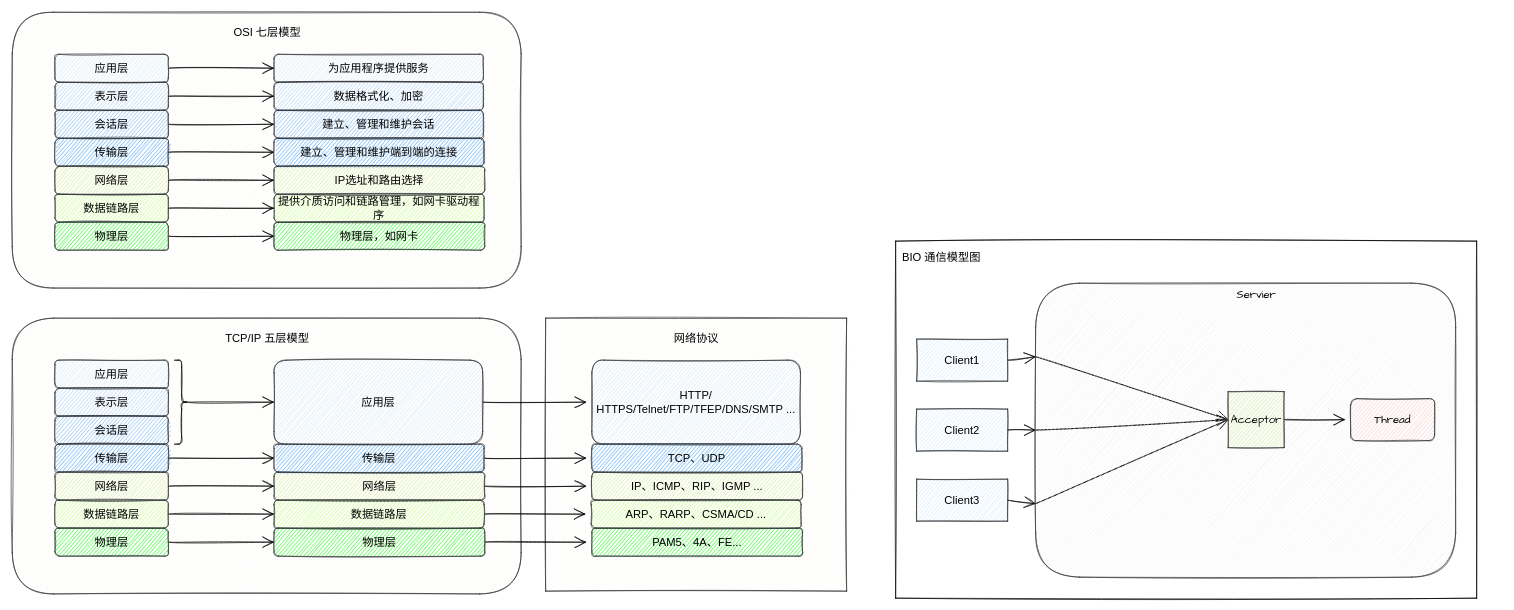
Earlier version of the draw.io diagram learn/TCP/IP 网络通信.drawio (Leo-Lee-j/sketch). Source tidied: cells renumbered, new cells numbered last; positions are measured from the earlier drawing's top-left corner, leaving out a move shared by most shapes. Both pictures are drawn from the tidied source at 70%, with x=0, y=0 at pixel (12, 12).
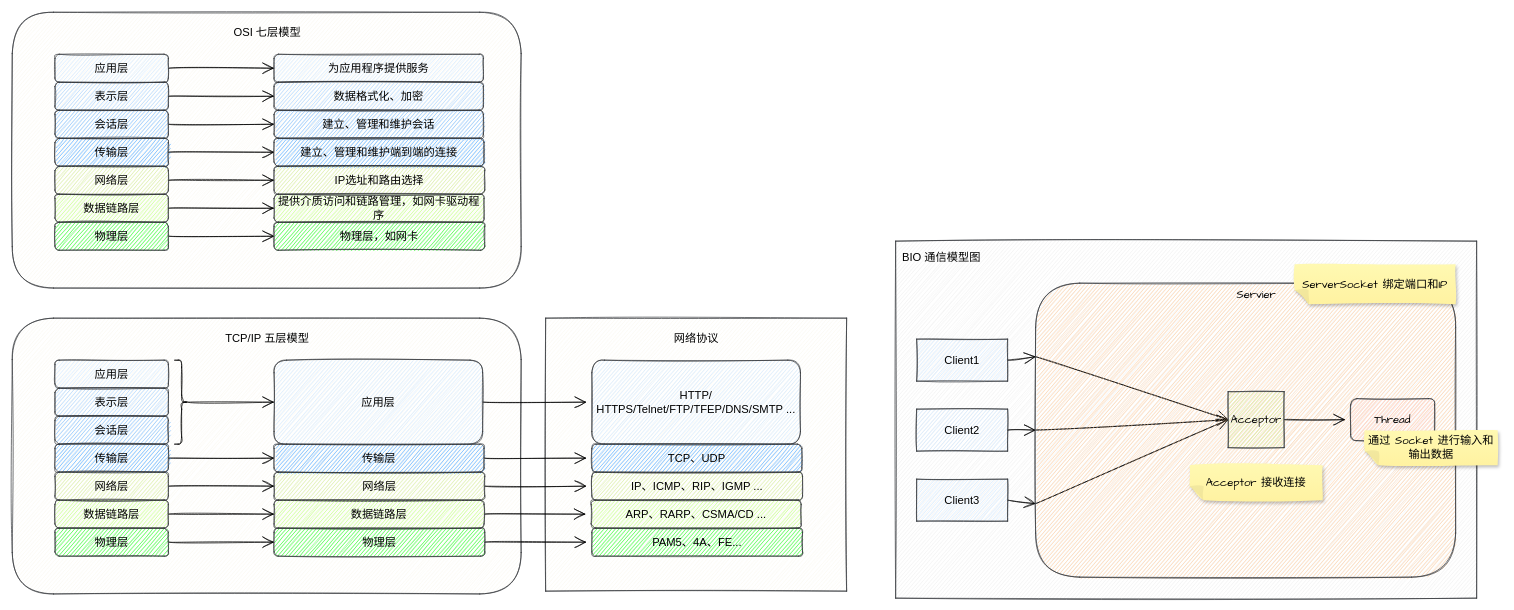
Above is the later version.

Commit message (it also covers changes not shown here):
更新IP 网络通信.drawio

Diff of the diagram source:
```diff
@@
+    <mxCell id="57" style="rounded=0;whiteSpace=wrap;html=1;fontSize=16;sketch=1;fillColor=#eeeeee;strokeColor=#36393d;" parent="1" vertex="1">
+      <mxGeometry x="1262" y="327" width="830" height="510" as="geometry" />
+    </mxCell>
@@
-    <mxCell id="57" style="rounded=0;whiteSpace=wrap;html=1;fontSize=16;sketch=1;" parent="1" vertex="1">
-      <mxGeometry x="1262" y="327" width="830" height="510" as="geometry" />
-    </mxCell>
@@
-    <mxCell id="68" style="rounded=1;whiteSpace=wrap;html=1;sketch=1;hachureGap=4;fontFamily=Architects Daughter;fontSize=16;fillColor=#eeeeee;strokeColor=#36393d;" parent="1" vertex="1">
+    <mxCell id="68" style="rounded=1;whiteSpace=wrap;html=1;sketch=1;hachureGap=4;fontFamily=Architects Daughter;fontSize=16;fillColor=#ffcc99;strokeColor=#36393d;" parent="1" vertex="1">
       <mxGeometry x="1462" y="387" width="600" height="420" as="geometry" />
     </mxCell>
@@
+    <mxCell id="73" value="ServerSocket 绑定端口和IP" style="shape=note;whiteSpace=wrap;html=1;backgroundOutline=1;fontColor=#000000;darkOpacity=0.05;fillColor=#FFF9B2;strokeColor=none;fillStyle=solid;direction=west;gradientDirection=north;gradientColor=#FFF2A1;shadow=1;size=20;sketch=1;hachureGap=4;fontFamily=Architects Daughter;fontSize=16;" parent="1" vertex="1">
+      <mxGeometry x="1832" y="360" width="230" height="57" as="geometry" />
+    </mxCell>
+    <mxCell id="74" value="Acceptor 接收连接" style="shape=note;whiteSpace=wrap;html=1;backgroundOutline=1;fontColor=#000000;darkOpacity=0.05;fillColor=#FFF9B2;strokeColor=none;fillStyle=solid;direction=west;gradientDirection=north;gradientColor=#FFF2A1;shadow=1;size=20;sketch=1;hachureGap=4;fontFamily=Architects Daughter;fontSize=16;" parent="1" vertex="1">
+      <mxGeometry x="1682" y="647" width="190" height="50" as="geometry" />
+    </mxCell>
+    <mxCell id="75" value="通过 Socket 进行输入和输出数据" style="shape=note;whiteSpace=wrap;html=1;backgroundOutline=1;fontColor=#000000;darkOpacity=0.05;fillColor=#FFF9B2;strokeColor=none;fillStyle=solid;direction=west;gradientDirection=north;gradientColor=#FFF2A1;shadow=1;size=20;sketch=1;hachureGap=4;fontFamily=Architects Daughter;fontSize=16;" parent="1" vertex="1">
+      <mxGeometry x="1932" y="597" width="190" height="50" as="geometry" />
+    </mxCell>
```
